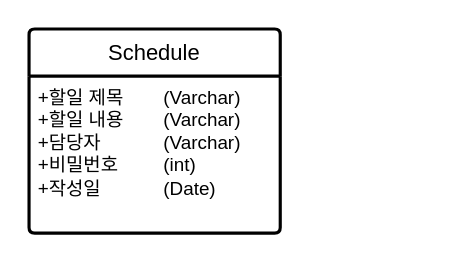
Earlier version of the draw.io diagram Scheduler.drawio (kwj0605/SCHEDULER). Source tidied: cells renumbered, new cells numbered last; positions are measured from the earlier drawing's top-left corner, leaving out a move shared by most shapes. Both pictures are drawn from the tidied source at 157%, with x=0, y=0 at pixel (28, 28).
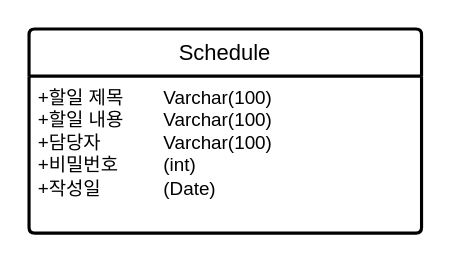
The same diagram, later.

What changed in the source:
```diff
@@
 <mxGraphModel>
   <root>
     <mxCell id="0" />
     <mxCell id="1" parent="0" />
     <mxCell id="2" value="Schedule" style="swimlane;horizontal=1;startSize=30;rounded=1;fontSize=14;fontStyle=0;strokeWidth=2;shadow=0;dashed=0;align=center;arcSize=4;whiteSpace=wrap;html=1;" parent="1" vertex="1">
-      <mxGeometry width="160" height="130" as="geometry" />
+      <mxGeometry width="250" height="130" as="geometry" />
     </mxCell>
-    <mxCell id="3" value="+할일 제목&amp;nbsp;&lt;span style=&quot;white-space: pre;&quot;&gt;&#9;&lt;/span&gt;(Varchar)&lt;br&gt;+할일 내용&lt;span style=&quot;white-space: pre;&quot;&gt;&#9;&lt;/span&gt;(Varchar)&lt;div&gt;+담당자&lt;span style=&quot;white-space: pre;&quot;&gt;&#9;&lt;/span&gt;&lt;span style=&quot;white-space: pre;&quot;&gt;&#9;&lt;/span&gt;(Varchar)&lt;/div&gt;&lt;div&gt;&lt;div&gt;+비밀번호&amp;nbsp;&amp;nbsp;&lt;span style=&quot;white-space: pre;&quot;&gt;&#9;&lt;/span&gt;(int)&lt;/div&gt;&lt;div&gt;+작성일&lt;span style=&quot;white-space: pre;&quot;&gt;&#9;&lt;/span&gt;&lt;span style=&quot;white-space: pre;&quot;&gt;&#9;&lt;/span&gt;(Date)&lt;/div&gt;&lt;/div&gt;" style="align=left;strokeColor=none;fillColor=none;spacingLeft=4;fontSize=12;verticalAlign=top;html=1;" parent="2" vertex="1">
-      <mxGeometry y="30" width="160" height="100" as="geometry" />
+    <mxCell id="3" value="+할일 제목&amp;nbsp;&lt;span style=&quot;white-space: pre;&quot;&gt;&#9;&lt;/span&gt;Varchar(100)&lt;br&gt;+할일 내용&lt;span style=&quot;white-space: pre;&quot;&gt;&#9;&lt;/span&gt;Varchar(100)&lt;div&gt;+담당자&lt;span style=&quot;white-space: pre;&quot;&gt;&#9;&lt;/span&gt;&lt;span style=&quot;white-space: pre;&quot;&gt;&#9;&lt;/span&gt;&lt;span style=&quot;background-color: initial;&quot;&gt;Varchar(100)&lt;/span&gt;&lt;/div&gt;&lt;div&gt;&lt;div&gt;+비밀번호&amp;nbsp;&amp;nbsp;&lt;span style=&quot;white-space: pre;&quot;&gt;&#9;&lt;/span&gt;(int)&lt;/div&gt;&lt;div&gt;+작성일&lt;span style=&quot;white-space: pre;&quot;&gt;&#9;&lt;/span&gt;&lt;span style=&quot;white-space: pre;&quot;&gt;&#9;&lt;/span&gt;(Date)&lt;/div&gt;&lt;/div&gt;" style="align=left;strokeColor=none;fillColor=none;spacingLeft=4;fontSize=12;verticalAlign=top;html=1;" parent="2" vertex="1">
+      <mxGeometry y="30" width="250" height="100" as="geometry" />
     </mxCell>
   </root>
 </mxGraphModel>
```
